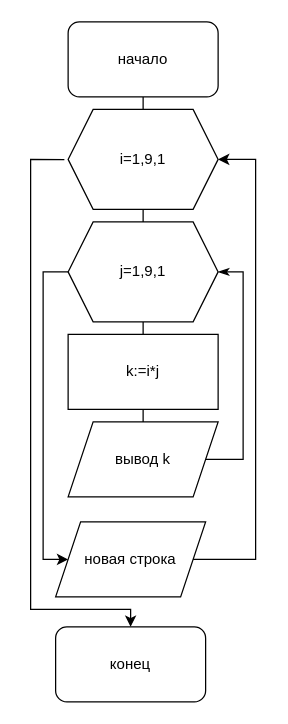
lenferer/draw.io keeps this draw.io diagram as educational practice/Alghoritm E.drawio. Above is the earlier version. Source tidied: cells renumbered, new cells numbered last; positions are measured from the earlier drawing's top-left corner, leaving out a move shared by most shapes. Both pictures are drawn from the tidied source at 125%, with x=0, y=0 at pixel (30, 21).
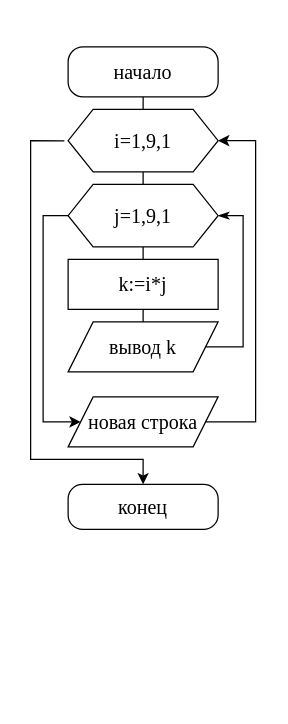
The same diagram, later.

Diff of the diagram source:
```diff
@@
-    <mxCell id="2" value="начало" style="rounded=1;whiteSpace=wrap;html=1;" parent="1" vertex="1">
-      <mxGeometry x="30" width="120" height="60" as="geometry" />
+    <mxCell id="2" value="начало" style="rounded=1;whiteSpace=wrap;html=1;fontFamily=Times New Roman;fontSize=16;arcSize=30;" parent="1" vertex="1">
+      <mxGeometry x="30" y="20" width="120" height="40" as="geometry" />
     </mxCell>
-    <mxCell id="3" value="i=1,9,1" style="shape=hexagon;perimeter=hexagonPerimeter2;whiteSpace=wrap;html=1;fixedSize=1;" parent="1" vertex="1">
-      <mxGeometry x="30" y="70" width="120" height="80" as="geometry" />
+    <mxCell id="3" value="i=1,9,1" style="shape=hexagon;perimeter=hexagonPerimeter2;whiteSpace=wrap;html=1;fixedSize=1;fontFamily=Times New Roman;fontSize=16;" parent="1" vertex="1">
+      <mxGeometry x="30" y="70" width="120" height="50" as="geometry" />
     </mxCell>
-    <mxCell id="4" value="j=1,9,1" style="shape=hexagon;perimeter=hexagonPerimeter2;whiteSpace=wrap;html=1;fixedSize=1;" parent="1" vertex="1">
-      <mxGeometry x="30" y="160" width="120" height="80" as="geometry" />
+    <mxCell id="4" value="j=1,9,1" style="shape=hexagon;perimeter=hexagonPerimeter2;whiteSpace=wrap;html=1;fixedSize=1;fontFamily=Times New Roman;fontSize=16;" parent="1" vertex="1">
+      <mxGeometry x="30" y="130" width="120" height="50" as="geometry" />
     </mxCell>
-    <mxCell id="5" value="k:=i*j" style="rounded=0;whiteSpace=wrap;html=1;" parent="1" vertex="1">
-      <mxGeometry x="30" y="250" width="120" height="60" as="geometry" />
+    <mxCell id="5" value="k:=i*j" style="rounded=0;whiteSpace=wrap;html=1;fontFamily=Times New Roman;fontSize=16;" parent="1" vertex="1">
+      <mxGeometry x="30" y="190" width="120" height="40" as="geometry" />
     </mxCell>
-    <mxCell id="6" value="вывод k" style="shape=parallelogram;perimeter=parallelogramPerimeter;whiteSpace=wrap;html=1;fixedSize=1;" parent="1" vertex="1">
-      <mxGeometry x="30" y="320" width="120" height="60" as="geometry" />
+    <mxCell id="6" value="вывод k" style="shape=parallelogram;perimeter=parallelogramPerimeter;whiteSpace=wrap;html=1;fixedSize=1;fontFamily=Times New Roman;fontSize=16;" parent="1" vertex="1">
+      <mxGeometry x="30" y="240" width="120" height="40" as="geometry" />
     </mxCell>
-    <mxCell id="7" value="новая строка" style="shape=parallelogram;perimeter=parallelogramPerimeter;whiteSpace=wrap;html=1;fixedSize=1;" parent="1" vertex="1">
-      <mxGeometry x="20" y="400" width="120" height="60" as="geometry" />
+    <mxCell id="7" value="новая строка" style="shape=parallelogram;perimeter=parallelogramPerimeter;whiteSpace=wrap;html=1;fixedSize=1;fontFamily=Times New Roman;fontSize=16;" parent="1" vertex="1">
+      <mxGeometry x="30" y="300" width="120" height="40" as="geometry" />
     </mxCell>
-    <mxCell id="8" value="конец" style="rounded=1;whiteSpace=wrap;html=1;" parent="1" vertex="1">
-      <mxGeometry x="20" y="484" width="120" height="60" as="geometry" />
+    <mxCell id="8" value="конец" style="rounded=1;whiteSpace=wrap;html=1;fontFamily=Times New Roman;fontSize=16;arcSize=32;" parent="1" vertex="1">
+      <mxGeometry x="30" y="370" width="120" height="36" as="geometry" />
     </mxCell>
-    <mxCell id="9" style="endArrow=none;html=1;entryX=0.5;entryY=1;entryDx=0;entryDy=0;" parent="1" edge="1" source="3" target="2">
+    <mxCell id="9" style="endArrow=none;html=1;entryX=0.5;entryY=1;entryDx=0;entryDy=0;fontFamily=Times New Roman;fontSize=16;" parent="1" edge="1" source="3" target="2">
       <mxGeometry relative="1" as="geometry" />
     </mxCell>
-    <mxCell id="10" style="endArrow=none;html=1;entryX=0.5;entryY=1;entryDx=0;entryDy=0;exitX=0.5;exitY=0;exitDx=0;exitDy=0;" parent="1" edge="1" source="4" target="3">
+    <mxCell id="10" style="endArrow=none;html=1;entryX=0.5;entryY=1;entryDx=0;entryDy=0;exitX=0.5;exitY=0;exitDx=0;exitDy=0;fontFamily=Times New Roman;fontSize=16;" parent="1" edge="1" source="4" target="3">
       <mxGeometry relative="1" as="geometry" />
     </mxCell>
-    <mxCell id="11" style="endArrow=none;html=1;entryX=0.5;entryY=1;entryDx=0;entryDy=0;" parent="1" edge="1" source="5" target="4">
+    <mxCell id="11" style="endArrow=none;html=1;entryX=0.5;entryY=1;entryDx=0;entryDy=0;fontFamily=Times New Roman;fontSize=16;" parent="1" edge="1" source="5" target="4">
       <mxGeometry relative="1" as="geometry" />
     </mxCell>
-    <mxCell id="12" style="endArrow=none;html=1;entryX=0.5;entryY=1;entryDx=0;entryDy=0;" parent="1" edge="1" source="6" target="5">
+    <mxCell id="12" style="endArrow=none;html=1;entryX=0.5;entryY=1;entryDx=0;entryDy=0;fontFamily=Times New Roman;fontSize=16;" parent="1" edge="1" source="6" target="5">
       <mxGeometry relative="1" as="geometry" />
     </mxCell>
-    <mxCell id="13" style="endArrow=classicThin;html=1;exitX=1;exitY=0.5;exitDx=0;exitDy=0;entryX=1;entryY=0.5;entryDx=0;entryDy=0;endFill=1;rounded=0;" parent="1" edge="1" source="6" target="4">
+    <mxCell id="13" style="endArrow=classicThin;html=1;exitX=1;exitY=0.5;exitDx=0;exitDy=0;entryX=1;entryY=0.5;entryDx=0;entryDy=0;endFill=1;rounded=0;fontFamily=Times New Roman;fontSize=16;" parent="1" edge="1" source="6" target="4">
       <mxGeometry relative="1" as="geometry">
         <Array as="points">
-          <mxPoint x="170" y="350" />
-          <mxPoint x="170" y="280" />
+          <mxPoint x="170" y="260" />
           <mxPoint x="170" y="200" />
+          <mxPoint x="170" y="155" />
         </Array>
       </mxGeometry>
     </mxCell>
-    <mxCell id="14" style="endArrow=classic;html=1;exitX=0;exitY=0.5;exitDx=0;exitDy=0;entryX=0;entryY=0.5;entryDx=0;entryDy=0;rounded=0;" parent="1" edge="1" source="4" target="7">
+    <mxCell id="14" style="endArrow=classic;html=1;exitX=0;exitY=0.5;exitDx=0;exitDy=0;entryX=0;entryY=0.5;entryDx=0;entryDy=0;rounded=0;fontFamily=Times New Roman;fontSize=16;" parent="1" edge="1" source="4" target="7">
       <mxGeometry relative="1" as="geometry">
         <Array as="points">
-          <mxPoint x="10" y="200" />
-          <mxPoint x="10" y="430" />
+          <mxPoint x="10" y="155" />
+          <mxPoint x="10" y="320" />
         </Array>
       </mxGeometry>
     </mxCell>
-    <mxCell id="15" style="endArrow=classic;html=1;exitX=1;exitY=0.5;exitDx=0;exitDy=0;entryX=1;entryY=0.5;entryDx=0;entryDy=0;rounded=0;" parent="1" edge="1" source="7" target="3">
+    <mxCell id="15" style="endArrow=classic;html=1;exitX=1;exitY=0.5;exitDx=0;exitDy=0;entryX=1;entryY=0.5;entryDx=0;entryDy=0;rounded=0;fontFamily=Times New Roman;fontSize=16;" parent="1" edge="1" source="7" target="3">
       <mxGeometry relative="1" as="geometry">
         <Array as="points">
-          <mxPoint x="180" y="430" />
+          <mxPoint x="180" y="320" />
           <mxPoint x="180" y="290" />
-          <mxPoint x="180" y="110" />
+          <mxPoint x="180" y="95" />
         </Array>
       </mxGeometry>
     </mxCell>
-    <mxCell id="16" style="endArrow=classic;html=1;exitX=-0.025;exitY=0.503;exitDx=0;exitDy=0;exitPerimeter=0;entryX=0.5;entryY=0;entryDx=0;entryDy=0;rounded=0;" parent="1" edge="1" source="3" target="8">
+    <mxCell id="16" style="endArrow=classic;html=1;exitX=-0.025;exitY=0.503;exitDx=0;exitDy=0;exitPerimeter=0;entryX=0.5;entryY=0;entryDx=0;entryDy=0;rounded=0;fontFamily=Times New Roman;fontSize=16;" parent="1" edge="1" source="3" target="8">
       <mxGeometry relative="1" as="geometry">
         <Array as="points">
-          <mxPoint y="110" />
+          <mxPoint y="95" />
           <mxPoint y="140" />
           <mxPoint y="310" />
-          <mxPoint y="470" />
-          <mxPoint x="80" y="470" />
+          <mxPoint y="350" />
+          <mxPoint x="90" y="350" />
         </Array>
       </mxGeometry>
     </mxCell>
```
